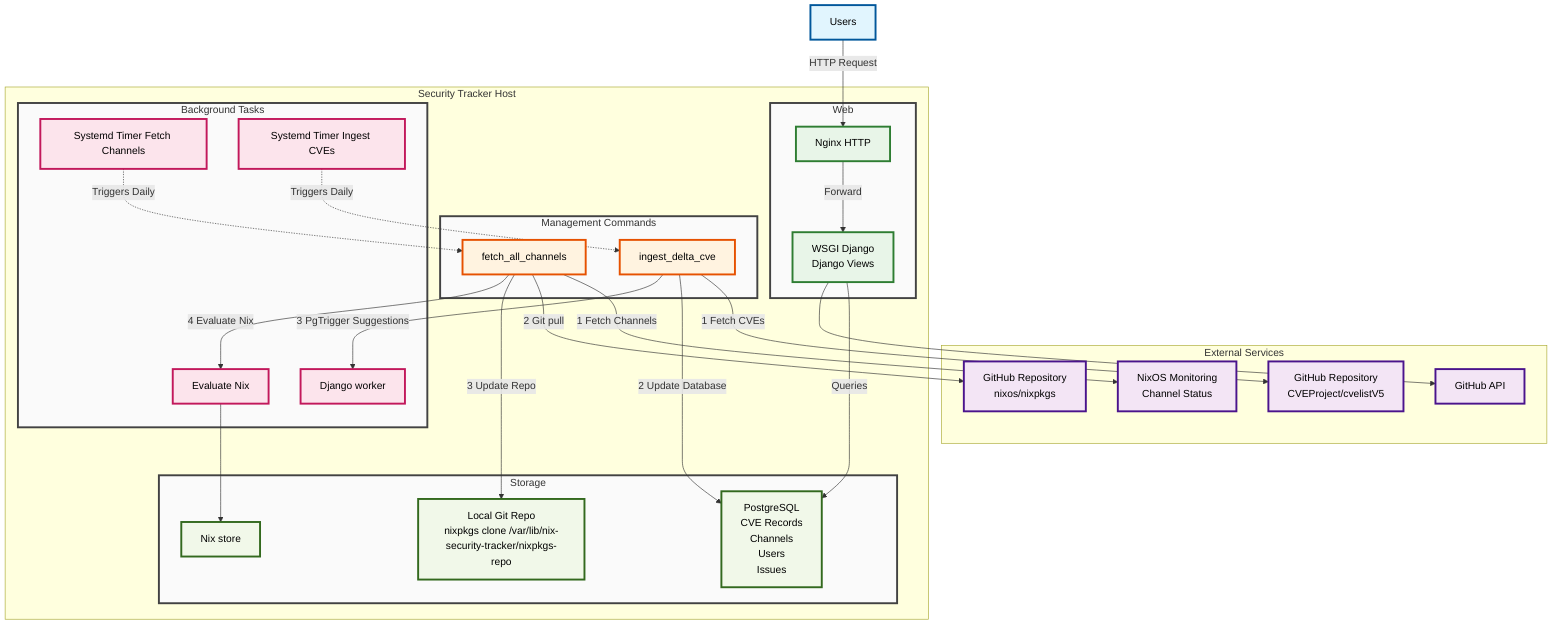
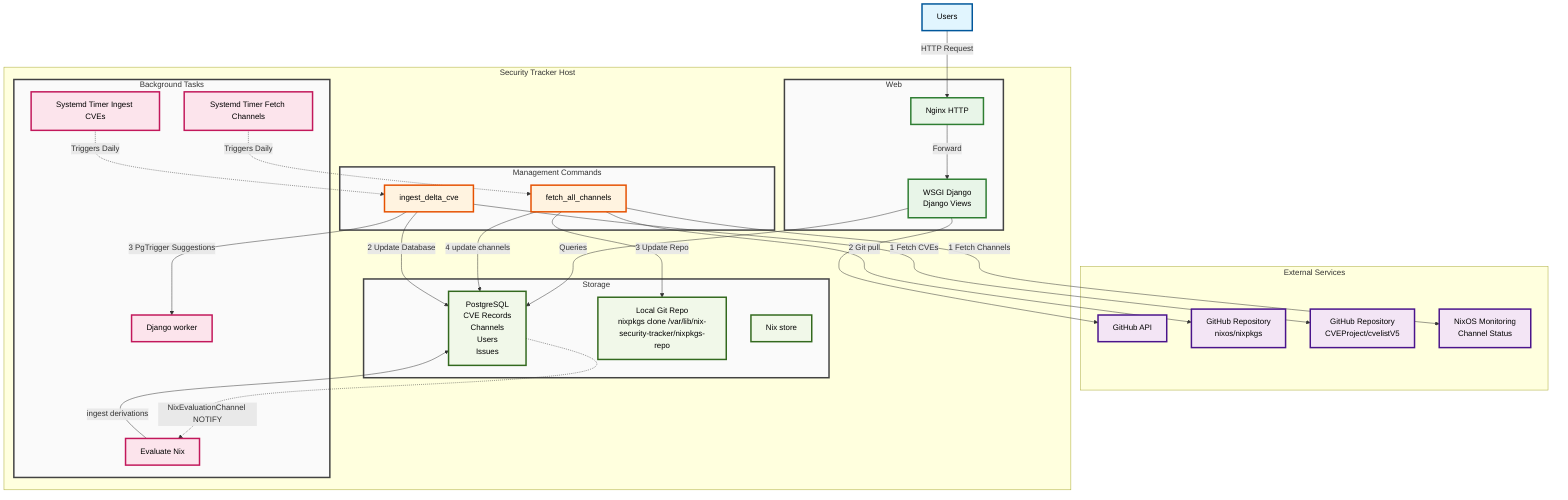
graph TB
    Users["Users"]

    subgraph External["External Services"]
        GitHub["GitHub API"]
        GitHubNixos["GitHub Repository<br/>nixos/nixpkgs"]
        GitHubCVEs["GitHub Repository<br/>CVEProject/cvelistV5"]
        NixMonitoring["NixOS Monitoring<br/>Channel Status"]
    end

    subgraph SecurityTracker ["Security Tracker Host"]
	  subgraph Web["Web"]
		  Nginx["Nginx HTTP"]
		  WSGI["WSGI Django<br/>Django Views"]
	  end

	  subgraph ManageCommands["Management Commands"]
		  FetchAllChannels["fetch_all_channels"]
		  IngestCVEs["ingest_delta_cve"]
	  end

	  subgraph Background["Background Tasks"]
		  SystemdTimerChannels["Systemd Timer Fetch Channels"]
		  SystemdTimerCVEs["Systemd Timer Ingest CVEs"]
          NixEval["Evaluate Nix"]
          DjangoWorker["Django worker"]
	  end

	  subgraph Storage["Storage"]
		  PostgreSQL["PostgreSQL<br/>CVE Records<br/>Channels<br/>Users<br/>Issues"]
		  LocalGitCheckout["Local Git Repo<br/>nixpkgs clone /var/lib/nix-security-tracker/nixpkgs-repo"]
		  NixStore["Nix store"]
	  end

    end

	%% User interactions
	Users -->|HTTP Request| Nginx -->|Forward| WSGI -->|Queries| PostgreSQL
    WSGI --> GitHub

    %% Timers
    SystemdTimerChannels -.->|Triggers Daily| FetchAllChannels
    FetchAllChannels -->|1 Fetch Channels| NixMonitoring
    FetchAllChannels -->|2 Git pull| GitHubNixos
    FetchAllChannels -->|3 Update Repo| LocalGitCheckout
-     FetchAllChannels -->|4 Evaluate Nix| NixEval --> NixStore
+     FetchAllChannels -->|4 update channels| PostgreSQL
+     PostgreSQL -.->|NixEvaluationChannel NOTIFY| NixEval
+     NixEval -->|ingest derivations| PostgreSQL

    SystemdTimerCVEs -.->|Triggers Daily| IngestCVEs
    IngestCVEs -->|1 Fetch CVEs| GitHubCVEs
    IngestCVEs -->|2 Update Database| PostgreSQL
    IngestCVEs -->|3 PgTrigger Suggestions| DjangoWorker

  classDef userClass fill:#e1f5fe,stroke:#01579b,stroke-width:3px,color:#000
    classDef externalClass fill:#f3e5f5,stroke:#4a148c,stroke-width:3px,color:#000
    classDef webClass fill:#e8f5e8,stroke:#2e7d32,stroke-width:3px,color:#000
    classDef commandClass fill:#fff3e0,stroke:#e65100,stroke-width:3px,color:#000
    classDef backgroundClass fill:#fce4ec,stroke:#c2185b,stroke-width:3px,color:#000
    classDef storageClass fill:#f1f8e9,stroke:#33691e,stroke-width:3px,color:#000
    classDef subgraphClass fill:#fafafa,stroke:#424242,stroke-width:3px

    class Users userClass
    class GitHub,GitHubNixos,GitHubCVEs,NixMonitoring externalClass
    class Nginx,WSGI webClass
    class FetchAllChannels,IngestCVEs commandClass
    class SystemdTimerChannels,SystemdTimerCVEs,NixEval,DjangoWorker backgroundClass
    class PostgreSQL,LocalGitCheckout,NixStore storageClass
    class Storage,Background,ManageCommands,Web subgraphClass
